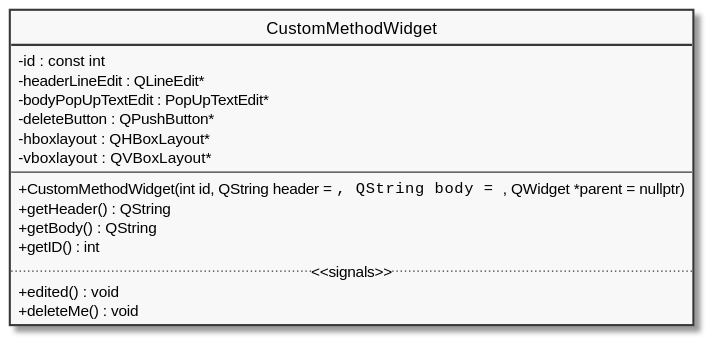
Earlier version of the PlantUML export diagram/docs/CustomMethodWidget.svg (pecku/szakdoga).
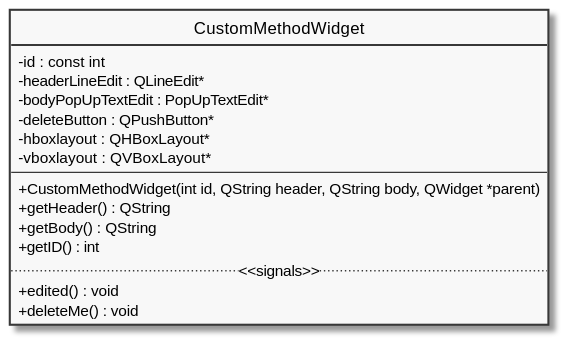
After the commit.

Change to the diagram source:
```diff
@@ -14,7 +14,7 @@
     - hboxlayout : QHBoxLayout*
     - vboxlayout : QVBoxLayout*
 --
-    + CustomMethodWidget(int id, QString header = "", QString body = "", QWidget *parent = nullptr)
+    + CustomMethodWidget(int id, QString header, QString body, QWidget *parent)
     + getHeader() : QString
     + getBody() : QString
     + getID() : int
```
